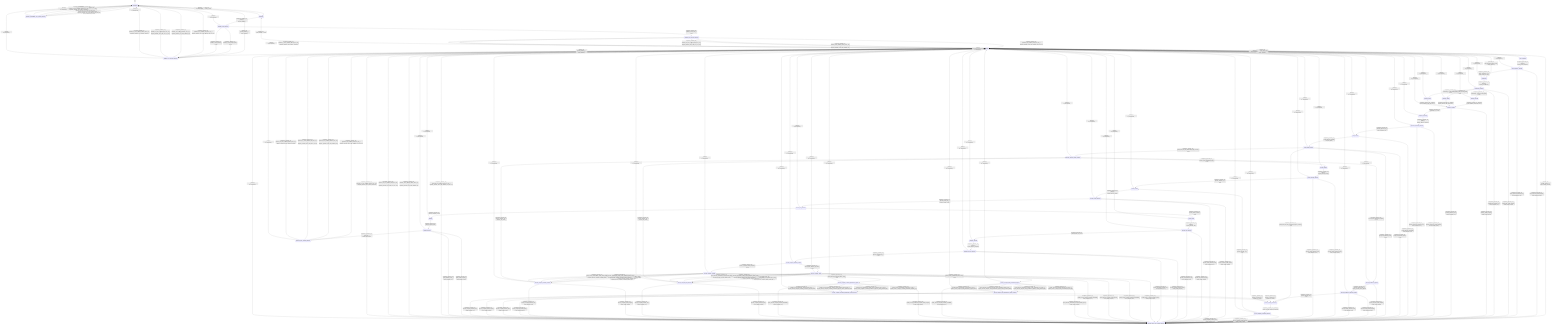
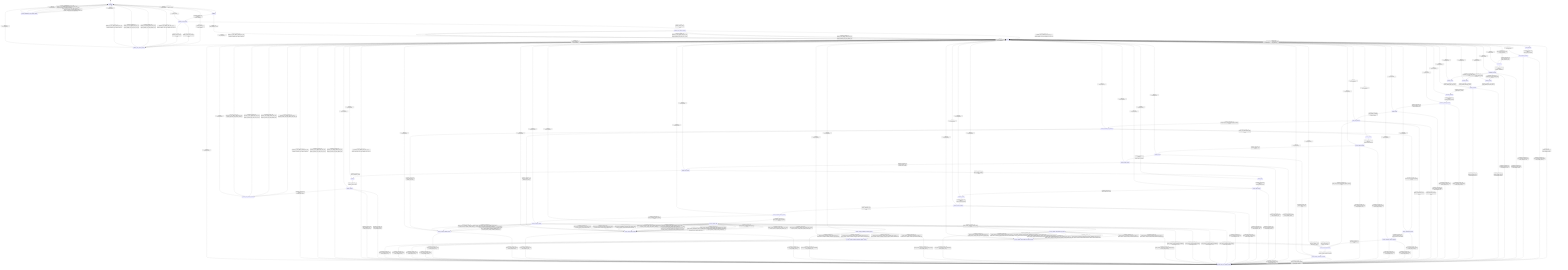
stateDiagram-v2
  direction TB
  [*] --> uninitialized
  uninitialized --> initializing : initialize_run [valid_initialize_] / none
  uninitialized --> initialize_error_channel_decision : initialize_run [invalid_initialize_] / reject_initialize_
  ready --> initializing : initialize_run [valid_initialize_] / none
  ready --> initialize_error_channel_decision : initialize_run [invalid_initialize_] / reject_initialize_
  initializing --> initializer_result_decision : completion_initialize_run_ [always] / request_initializer_
  initializer_result_decision --> initialize_done_channel_decision : completion_initialize_run_ [initialize_result_none_] / none
  initializer_result_decision --> initialize_error_channel_decision : completion_initialize_run_ [initialize_result_invalid_request_] / none
  initializer_result_decision --> initialize_error_channel_decision : completion_initialize_run_ [initialize_result_backend_] / none
  initialize_done_channel_decision --> ready : completion_initialize_run_ [initialize_done_callback_with_error_out_] / dispatch_initialize_done_with_callback_and_error_out_
  initialize_done_channel_decision --> ready : completion_initialize_run_ [initialize_done_callback_without_error_out_] / dispatch_initialize_done_with_callback_only_
  initialize_done_channel_decision --> ready : completion_initialize_run_ [initialize_no_done_callback_with_error_out_] / dispatch_initialize_done_with_error_out_only_
  initialize_done_channel_decision --> ready : completion_initialize_run_ [initialize_no_done_callback_without_error_out_] / dispatch_initialize_done_without_channels_
  initialize_error_channel_decision --> uninitialized : completion_initialize_run_ [initialize_error_callback_with_error_out_] / dispatch_initialize_error_with_callback_and_error_out_
  initialize_error_channel_decision --> uninitialized : completion_initialize_run_ [initialize_error_callback_without_error_out_] / dispatch_initialize_error_with_callback_only_
  initialize_error_channel_decision --> uninitialized : completion_initialize_run_ [initialize_no_error_callback_with_error_out_] / dispatch_initialize_error_with_error_out_only_
  initialize_error_channel_decision --> uninitialized : completion_initialize_run_ [initialize_no_error_callback_without_error_out_] / dispatch_initialize_error_without_channels_
  uninitialized --> generate_uninitialized_error_channel_decision : generate_run [always] / reject_uninitialized_generate_
  ready --> reset_sequence : generate_run [valid_generate_with_reset_] / begin_generate_
  ready --> conditioning : generate_run [valid_generate_without_reset_] / begin_generate_
  ready --> generate_ready_error_channel_decision : generate_run [invalid_generate_] / reject_invalid_generate_
  reset_sequence --> reset_sequence_decision : completion_generate_run_ [always] / request_reset_sequence_
  reset_sequence_decision --> conditioning : completion_generate_run_ [reset_sequence_ok_] / mark_sequence_clear_
  reset_sequence_decision --> generate_ready_error_channel_decision : completion_generate_run_ [reset_sequence_invalid_request_] / mark_invalid_request_
  reset_sequence_decision --> generate_ready_error_channel_decision : completion_generate_run_ [reset_sequence_backend_error_] / mark_backend_error_
  conditioning --> conditioning_decision : completion_generate_run_ [always] / request_conditioning_
  conditioning_decision --> planning_chunk8 : completion_generate_run_ [conditioning_ok_with_chunk8_prefill_] / none
  conditioning_decision --> planning_chunk4 : completion_generate_run_ [conditioning_ok_with_chunk4_prefill_] / none
  conditioning_decision --> planning_scalar : completion_generate_run_ [conditioning_ok_with_scalar_prefill_] / none
  conditioning_decision --> generate_ready_error_channel_decision : completion_generate_run_ [conditioning_invalid_request_] / mark_invalid_request_
  conditioning_decision --> generate_ready_error_channel_decision : completion_generate_run_ [conditioning_backend_error_] / mark_backend_error_
  planning_chunk8 --> planning_decision : completion_generate_run_ [always] / request_planning_with_step_size_8__
  planning_chunk4 --> planning_decision : completion_generate_run_ [always] / request_planning_with_step_size_4__
  planning_scalar --> planning_decision : completion_generate_run_ [always] / request_planning_with_step_size_1__
  planning_decision --> sequence_allocating : completion_generate_run_ [planning_ok_] / none
  planning_decision --> generate_ready_error_channel_decision : completion_generate_run_ [planning_invalid_request_] / mark_invalid_request_
  planning_decision --> generate_ready_error_channel_decision : completion_generate_run_ [planning_backend_error_] / mark_backend_error_
  sequence_allocating --> sequence_allocating_decision : completion_generate_run_ [always] / request_allocate_sequence_
  sequence_allocating_decision --> prefill_running : completion_generate_run_ [allocate_sequence_ok_] / mark_sequence_live_
  sequence_allocating_decision --> generate_ready_error_channel_decision : completion_generate_run_ [allocate_sequence_invalid_request_] / mark_invalid_request_
  sequence_allocating_decision --> generate_ready_error_channel_decision : completion_generate_run_ [allocate_sequence_backend_error_] / mark_backend_error_
  prefill_running --> prefill_result_decision : completion_generate_run_ [prefill_dispatch_available_] / request_prefill_
  prefill_running --> generate_ready_error_channel_decision : completion_generate_run_ [prefill_dispatch_unavailable_] / mark_backend_error_
  prefill_result_decision --> decode_selection_mode_decision : completion_generate_run_ [prefill_result_ok_with_materialized_logits_contract_] / none
  prefill_result_decision --> decode_sample_preselected : completion_generate_run_ [prefill_result_ok_with_preselected_argmax_contract_] / none
  prefill_result_decision --> generate_ready_error_channel_decision : completion_generate_run_ [prefill_result_invalid_request_] / none
  prefill_result_decision --> generate_ready_error_channel_decision : completion_generate_run_ [prefill_result_backend_error_] / none
  decode_selection_mode_decision --> decode_sample : completion_generate_run_ [decode_uses_materialized_logits_] / none
  decode_selection_mode_decision --> decode_preselected_argmax : completion_generate_run_ [decode_uses_preselected_argmax_] / none
  decode_sample --> decode_sample_decision : completion_generate_run_ [always] / request_decode_sample_
  decode_preselected_argmax --> decode_preselected_argmax_decision : completion_generate_run_ [decode_argmax_ready_] / request_decode_select_argmax_
  decode_preselected_argmax --> generate_ready_error_channel_decision : completion_generate_run_ [decode_argmax_invalid_request_] / mark_invalid_request_
  decode_preselected_argmax_decision --> decode_sample_preselected : completion_generate_run_ [decode_sample_ok_] / none
  decode_preselected_argmax_decision --> generate_ready_error_channel_decision : completion_generate_run_ [decode_sample_invalid_request_] / mark_invalid_request_
  decode_preselected_argmax_decision --> generate_ready_error_channel_decision : completion_generate_run_ [decode_sample_backend_error_] / mark_backend_error_
  decode_sample_preselected --> decode_sample_preselected_decision : completion_generate_run_ [always] / request_decode_sample_preselected_
  decode_sample_decision --> decode_render : completion_generate_run_ [decode_sample_ok_] / none
  decode_sample_preselected_decision --> decode_render : completion_generate_run_ [decode_sample_ok_] / none
  decode_sample_decision --> generate_ready_error_channel_decision : completion_generate_run_ [decode_sample_invalid_request_] / mark_invalid_request_
  decode_sample_decision --> generate_ready_error_channel_decision : completion_generate_run_ [decode_sample_backend_error_] / mark_backend_error_
  decode_sample_preselected_decision --> generate_ready_error_channel_decision : completion_generate_run_ [decode_sample_invalid_request_] / mark_invalid_request_
  decode_sample_preselected_decision --> generate_ready_error_channel_decision : completion_generate_run_ [decode_sample_backend_error_] / mark_backend_error_
  decode_render --> decode_render_decision : completion_generate_run_ [always] / request_decode_render_
  decode_render_decision --> decode_loop_decision : completion_generate_run_ [decode_render_ok_] / commit_render_output_
  decode_render_decision --> generate_ready_error_channel_decision : completion_generate_run_ [decode_render_invalid_request_] / mark_invalid_request_
  decode_render_decision --> generate_ready_error_channel_decision : completion_generate_run_ [decode_render_backend_error_] / mark_backend_error_
  decode_loop_decision --> decode_slots : completion_generate_run_ [decode_should_continue_] / none
  decode_loop_decision --> flushing : completion_generate_run_ [decode_complete_] / none
  decode_slots --> decode_slots_decision : completion_generate_run_ [always] / request_decode_slots_
  decode_slots_decision --> snapshot_decode : completion_generate_run_ [decode_slots_ok_] / none
  decode_slots_decision --> generate_ready_error_channel_decision : completion_generate_run_ [decode_slots_invalid_request_] / mark_invalid_request_
  decode_slots_decision --> generate_ready_error_channel_decision : completion_generate_run_ [decode_slots_backend_error_] / mark_backend_error_
  snapshot_decode --> snapshot_decode_decision : completion_generate_run_ [always] / request_memory_snapshot_
  snapshot_decode_decision --> decode_compute_runtime_decision : completion_generate_run_ [decode_snapshot_ok_] / none
  snapshot_decode_decision --> generate_ready_error_channel_decision : completion_generate_run_ [decode_snapshot_invalid_request_] / mark_invalid_request_
  snapshot_decode_decision --> generate_ready_error_channel_decision : completion_generate_run_ [decode_snapshot_backend_error_] / mark_backend_error_
  decode_compute_runtime_decision --> decode_compute_flash : completion_generate_run_ [decode_flash_runtime_supported_] / none
  decode_compute_runtime_decision --> decode_compute_nonflash : completion_generate_run_ [decode_nonflash_runtime_required_] / none
  decode_compute_flash --> generate_ready_error_channel_decision : completion_generate_run_ [guard_decode_compute_invalid_request_] / mark_invalid_request_
  decode_compute_flash --> generate_ready_error_channel_decision : completion_generate_run_ [guard_decode_compute_backend_unavailable_] / mark_backend_error_
  decode_compute_flash --> decode_compute_flash_preselected_argmax : completion_generate_run_ [guard_decode_preselected_direct_ready_] / none
+   decode_compute_flash --> decode_compute_flash_decision : completion_generate_run_ [guard_decode_materialized_parallel_scalar_packed_q8_0_ready_] / request_decode_compute_flash_parallel_packed_q8_0_
  decode_compute_flash --> decode_compute_flash_decision : completion_generate_run_ [guard_decode_materialized_scalar_packed_q8_0_ready_] / request_decode_compute_flash_packed_q8_0_
+   decode_compute_flash --> decode_compute_flash_decision : completion_generate_run_ [guard_decode_materialized_parallel_scalar_q8_k_ready_] / request_decode_compute_flash_parallel_q8_k_
  decode_compute_flash --> decode_compute_flash_decision : completion_generate_run_ [guard_decode_materialized_scalar_q8_k_ready_] / request_decode_compute_flash_q8_k_
+   decode_compute_flash --> decode_compute_flash_decision : completion_generate_run_ [guard_decode_materialized_parallel_scalar_native_quantized_q8_k_ready_] / request_decode_compute_flash_parallel_native_quantized_q8_k_logits_
  decode_compute_flash --> decode_compute_flash_decision : completion_generate_run_ [guard_decode_materialized_scalar_native_quantized_q8_k_ready_] / request_decode_compute_flash_native_quantized_q8_k_logits_
+   decode_compute_flash --> decode_compute_flash_decision : completion_generate_run_ [guard_decode_materialized_streamed_scalar_native_quantized_ready_] / request_decode_compute_flash_native_quantized_streamed_
+   decode_compute_flash --> decode_compute_flash_decision : completion_generate_run_ [guard_decode_materialized_parallel_scalar_native_quantized_kernel_ready_] / request_decode_compute_flash_parallel_native_quantized_
  decode_compute_flash --> decode_compute_flash_decision : completion_generate_run_ [guard_decode_materialized_scalar_native_quantized_kernel_ready_] / request_decode_compute_flash_native_quantized_
+   decode_compute_flash --> decode_compute_flash_decision : completion_generate_run_ [guard_decode_materialized_streamed_scalar_kernel_ready_] / request_decode_compute_flash_kernel_streamed_
+   decode_compute_flash --> decode_compute_flash_decision : completion_generate_run_ [guard_decode_materialized_parallel_scalar_kernel_ready_] / request_decode_compute_flash_parallel_kernel_
  decode_compute_flash --> decode_compute_flash_decision : completion_generate_run_ [guard_decode_materialized_scalar_kernel_ready_] / request_decode_compute_flash_kernel_
  decode_compute_nonflash --> generate_ready_error_channel_decision : completion_generate_run_ [guard_decode_compute_invalid_request_] / mark_invalid_request_
  decode_compute_nonflash --> generate_ready_error_channel_decision : completion_generate_run_ [guard_decode_compute_backend_unavailable_] / mark_backend_error_
  decode_compute_nonflash --> decode_compute_nonflash_preselected_argmax : completion_generate_run_ [guard_decode_preselected_direct_ready_] / none
  decode_compute_nonflash --> decode_compute_nonflash_decision : completion_generate_run_ [guard_decode_materialized_scalar_packed_q8_0_ready_] / request_decode_compute_nonflash_packed_q8_0_
  decode_compute_nonflash --> decode_compute_nonflash_decision : completion_generate_run_ [guard_decode_materialized_scalar_q8_k_ready_] / request_decode_compute_nonflash_q8_k_
  decode_compute_nonflash --> decode_compute_nonflash_decision : completion_generate_run_ [guard_decode_materialized_scalar_native_quantized_q8_k_ready_] / request_decode_compute_nonflash_native_quantized_q8_k_logits_
  decode_compute_nonflash --> decode_compute_nonflash_decision : completion_generate_run_ [guard_decode_materialized_scalar_native_quantized_kernel_ready_] / request_decode_compute_nonflash_native_quantized_
  decode_compute_nonflash --> decode_compute_nonflash_decision : completion_generate_run_ [guard_decode_materialized_scalar_kernel_ready_] / request_decode_compute_nonflash_kernel_
  decode_compute_flash_preselected_argmax --> generate_ready_error_channel_decision : completion_generate_run_ [guard_decode_preselected_compute_invalid_request_] / mark_invalid_request_
  decode_compute_flash_preselected_argmax --> generate_ready_error_channel_decision : completion_generate_run_ [guard_decode_compute_backend_unavailable_] / mark_backend_error_
+   decode_compute_flash_preselected_argmax --> decode_compute_flash_preselected_argmax_decision : completion_generate_run_ [guard_decode_preselected_parallel_argmax_q8_k_ready_] / request_decode_compute_flash_parallel_preselected_argmax_q8_k_
  decode_compute_flash_preselected_argmax --> decode_compute_flash_preselected_argmax_decision : completion_generate_run_ [guard_decode_preselected_argmax_q8_k_ready_] / request_decode_compute_flash_preselected_argmax_q8_k_
+   decode_compute_flash_preselected_argmax --> decode_compute_flash_preselected_argmax_decision : completion_generate_run_ [guard_decode_preselected_parallel_argmax_native_quantized_q8_k_ready_] / request_decode_compute_flash_parallel_preselected_argmax_native_quantized_q8_k_
  decode_compute_flash_preselected_argmax --> decode_compute_flash_preselected_argmax_decision : completion_generate_run_ [guard_decode_preselected_argmax_native_quantized_q8_k_ready_] / request_decode_compute_flash_preselected_argmax_native_quantized_q8_k_
+   decode_compute_flash_preselected_argmax --> decode_compute_flash_preselected_argmax_decision : completion_generate_run_ [guard_decode_preselected_parallel_argmax_native_quantized_kernel_ready_] / request_decode_compute_flash_parallel_preselected_argmax_native_quantized_kernel_
  decode_compute_flash_preselected_argmax --> decode_compute_flash_preselected_argmax_decision : completion_generate_run_ [guard_decode_preselected_argmax_native_quantized_kernel_ready_] / request_decode_compute_flash_preselected_argmax_native_quantized_kernel_
+   decode_compute_flash_preselected_argmax --> decode_compute_flash_preselected_argmax_decision : completion_generate_run_ [guard_decode_preselected_parallel_argmax_kernel_ready_] / request_decode_compute_flash_parallel_preselected_argmax_kernel_
  decode_compute_flash_preselected_argmax --> decode_compute_flash_preselected_argmax_decision : completion_generate_run_ [guard_decode_preselected_argmax_kernel_ready_] / request_decode_compute_flash_preselected_argmax_kernel_
  decode_compute_nonflash_preselected_argmax --> generate_ready_error_channel_decision : completion_generate_run_ [guard_decode_preselected_compute_invalid_request_] / mark_invalid_request_
  decode_compute_nonflash_preselected_argmax --> generate_ready_error_channel_decision : completion_generate_run_ [guard_decode_compute_backend_unavailable_] / mark_backend_error_
  decode_compute_nonflash_preselected_argmax --> decode_compute_nonflash_preselected_argmax_decision : completion_generate_run_ [guard_decode_preselected_argmax_q8_k_ready_] / request_decode_compute_nonflash_preselected_argmax_q8_k_
  decode_compute_nonflash_preselected_argmax --> decode_compute_nonflash_preselected_argmax_decision : completion_generate_run_ [guard_decode_preselected_argmax_native_quantized_q8_k_ready_] / request_decode_compute_nonflash_preselected_argmax_native_quantized_q8_k_
  decode_compute_nonflash_preselected_argmax --> decode_compute_nonflash_preselected_argmax_decision : completion_generate_run_ [guard_decode_preselected_argmax_native_quantized_kernel_ready_] / request_decode_compute_nonflash_preselected_argmax_native_quantized_kernel_
  decode_compute_nonflash_preselected_argmax --> decode_compute_nonflash_preselected_argmax_decision : completion_generate_run_ [guard_decode_preselected_argmax_kernel_ready_] / request_decode_compute_nonflash_preselected_argmax_kernel_
  decode_compute_flash_decision --> decode_selection_mode_decision : completion_generate_run_ [decode_compute_ok_] / advance_kv_cache_
  decode_compute_nonflash_decision --> decode_selection_mode_decision : completion_generate_run_ [decode_compute_ok_] / advance_kv_cache_
  decode_compute_flash_preselected_argmax_decision --> decode_sample_preselected : completion_generate_run_ [decode_compute_ok_] / advance_kv_cache_
  decode_compute_nonflash_preselected_argmax_decision --> decode_sample_preselected : completion_generate_run_ [decode_compute_ok_] / advance_kv_cache_
  decode_compute_flash_decision --> generate_ready_error_channel_decision : completion_generate_run_ [decode_compute_invalid_request_] / mark_invalid_request_
  decode_compute_flash_decision --> generate_ready_error_channel_decision : completion_generate_run_ [decode_compute_backend_error_] / mark_backend_error_
  decode_compute_nonflash_decision --> generate_ready_error_channel_decision : completion_generate_run_ [decode_compute_invalid_request_] / mark_invalid_request_
  decode_compute_nonflash_decision --> generate_ready_error_channel_decision : completion_generate_run_ [decode_compute_backend_error_] / mark_backend_error_
  decode_compute_flash_preselected_argmax_decision --> generate_ready_error_channel_decision : completion_generate_run_ [decode_compute_invalid_request_] / mark_invalid_request_
  decode_compute_flash_preselected_argmax_decision --> generate_ready_error_channel_decision : completion_generate_run_ [decode_compute_backend_error_] / mark_backend_error_
  decode_compute_nonflash_preselected_argmax_decision --> generate_ready_error_channel_decision : completion_generate_run_ [decode_compute_invalid_request_] / mark_invalid_request_
  decode_compute_nonflash_preselected_argmax_decision --> generate_ready_error_channel_decision : completion_generate_run_ [decode_compute_backend_error_] / mark_backend_error_
  flushing --> flushing_decision : completion_generate_run_ [always] / request_flush_
  flushing_decision --> generate_done_channel_decision : completion_generate_run_ [flush_ok_] / commit_flush_output_
  flushing_decision --> generate_ready_error_channel_decision : completion_generate_run_ [flush_invalid_request_] / mark_invalid_request_
  flushing_decision --> generate_ready_error_channel_decision : completion_generate_run_ [flush_backend_error_] / mark_backend_error_
  generate_done_channel_decision --> ready : completion_generate_run_ [generate_done_callback_with_error_out_] / dispatch_generate_done_with_callback_and_error_out_
  generate_done_channel_decision --> ready : completion_generate_run_ [generate_done_callback_without_error_out_] / dispatch_generate_done_with_callback_only_
  generate_done_channel_decision --> ready : completion_generate_run_ [generate_no_done_callback_with_error_out_] / dispatch_generate_done_with_error_out_only_
  generate_done_channel_decision --> ready : completion_generate_run_ [generate_no_done_callback_without_error_out_] / dispatch_generate_done_without_channels_
  generate_ready_error_channel_decision --> ready : completion_generate_run_ [generate_error_callback_with_error_out_] / dispatch_generate_error_with_callback_and_error_out_
  generate_ready_error_channel_decision --> ready : completion_generate_run_ [generate_error_callback_without_error_out_] / dispatch_generate_error_with_callback_only_
  generate_ready_error_channel_decision --> ready : completion_generate_run_ [generate_no_error_callback_with_error_out_] / dispatch_generate_error_with_error_out_only_
  generate_ready_error_channel_decision --> ready : completion_generate_run_ [generate_no_error_callback_without_error_out_] / dispatch_generate_error_without_channels_
  generate_uninitialized_error_channel_decision --> uninitialized : completion_generate_run_ [generate_error_callback_with_error_out_] / dispatch_generate_error_with_callback_and_error_out_
  generate_uninitialized_error_channel_decision --> uninitialized : completion_generate_run_ [generate_error_callback_without_error_out_] / dispatch_generate_error_with_callback_only_
  generate_uninitialized_error_channel_decision --> uninitialized : completion_generate_run_ [generate_no_error_callback_with_error_out_] / dispatch_generate_error_with_error_out_only_
  generate_uninitialized_error_channel_decision --> uninitialized : completion_generate_run_ [generate_no_error_callback_without_error_out_] / dispatch_generate_error_without_channels_
  uninitialized --> uninitialized : capture_diagnostics [always] / capture_diagnostics_
  ready --> ready : capture_diagnostics [always] / capture_diagnostics_
  uninitialized --> uninitialized : capture_graph_lifecycle [graph_lifecycle_runtime_tensor_unavailable_] / capture_graph_lifecycle_without_runtime_tensor_
  uninitialized --> uninitialized : capture_graph_lifecycle [graph_lifecycle_runtime_tensor_available_] / capture_graph_lifecycle_with_runtime_tensor_
  ready --> ready : capture_graph_lifecycle [graph_lifecycle_runtime_tensor_unavailable_] / capture_graph_lifecycle_without_runtime_tensor_
  ready --> ready : capture_graph_lifecycle [graph_lifecycle_runtime_tensor_available_] / capture_graph_lifecycle_with_runtime_tensor_
  uninitialized --> uninitialized : _ [always] / on_unexpected_
  ready --> ready : _ [always] / on_unexpected_
  initializing --> uninitialized : _ [always] / on_unexpected_
  initializer_result_decision --> uninitialized : _ [always] / on_unexpected_
  initialize_done_channel_decision --> ready : _ [always] / on_unexpected_
  initialize_error_channel_decision --> uninitialized : _ [always] / on_unexpected_
  reset_sequence --> ready : _ [always] / on_unexpected_
  reset_sequence_decision --> ready : _ [always] / on_unexpected_
  conditioning --> ready : _ [always] / on_unexpected_
  conditioning_decision --> ready : _ [always] / on_unexpected_
  planning_chunk8 --> ready : _ [always] / on_unexpected_
  planning_chunk4 --> ready : _ [always] / on_unexpected_
  planning_scalar --> ready : _ [always] / on_unexpected_
  planning_decision --> ready : _ [always] / on_unexpected_
  sequence_allocating --> ready : _ [always] / on_unexpected_
  sequence_allocating_decision --> ready : _ [always] / on_unexpected_
  prefill_running --> ready : _ [always] / on_unexpected_
  prefill_result_decision --> ready : _ [always] / on_unexpected_
  decode_selection_mode_decision --> ready : _ [always] / on_unexpected_
  decode_slots --> ready : _ [always] / on_unexpected_
  decode_slots_decision --> ready : _ [always] / on_unexpected_
  snapshot_decode --> ready : _ [always] / on_unexpected_
  snapshot_decode_decision --> ready : _ [always] / on_unexpected_
  decode_compute_runtime_decision --> ready : _ [always] / on_unexpected_
  decode_compute_flash --> ready : _ [always] / on_unexpected_
  decode_compute_flash_preselected_argmax --> ready : _ [always] / on_unexpected_
  decode_compute_flash_preselected_argmax_decision --> ready : _ [always] / on_unexpected_
  decode_compute_flash_decision --> ready : _ [always] / on_unexpected_
  decode_compute_nonflash --> ready : _ [always] / on_unexpected_
  decode_compute_nonflash_preselected_argmax --> ready : _ [always] / on_unexpected_
  decode_compute_nonflash_preselected_argmax_decision --> ready : _ [always] / on_unexpected_
  decode_compute_nonflash_decision --> ready : _ [always] / on_unexpected_
  decode_sample --> ready : _ [always] / on_unexpected_
  decode_sample_decision --> ready : _ [always] / on_unexpected_
  decode_preselected_argmax --> ready : _ [always] / on_unexpected_
  decode_preselected_argmax_decision --> ready : _ [always] / on_unexpected_
  decode_sample_preselected --> ready : _ [always] / on_unexpected_
  decode_sample_preselected_decision --> ready : _ [always] / on_unexpected_
  decode_render --> ready : _ [always] / on_unexpected_
  decode_render_decision --> ready : _ [always] / on_unexpected_
  decode_loop_decision --> ready : _ [always] / on_unexpected_
  flushing --> ready : _ [always] / on_unexpected_
  flushing_decision --> ready : _ [always] / on_unexpected_
  generate_done_channel_decision --> ready : _ [always] / on_unexpected_
  generate_ready_error_channel_decision --> ready : _ [always] / on_unexpected_
  generate_uninitialized_error_channel_decision --> uninitialized : _ [always] / on_unexpected_
